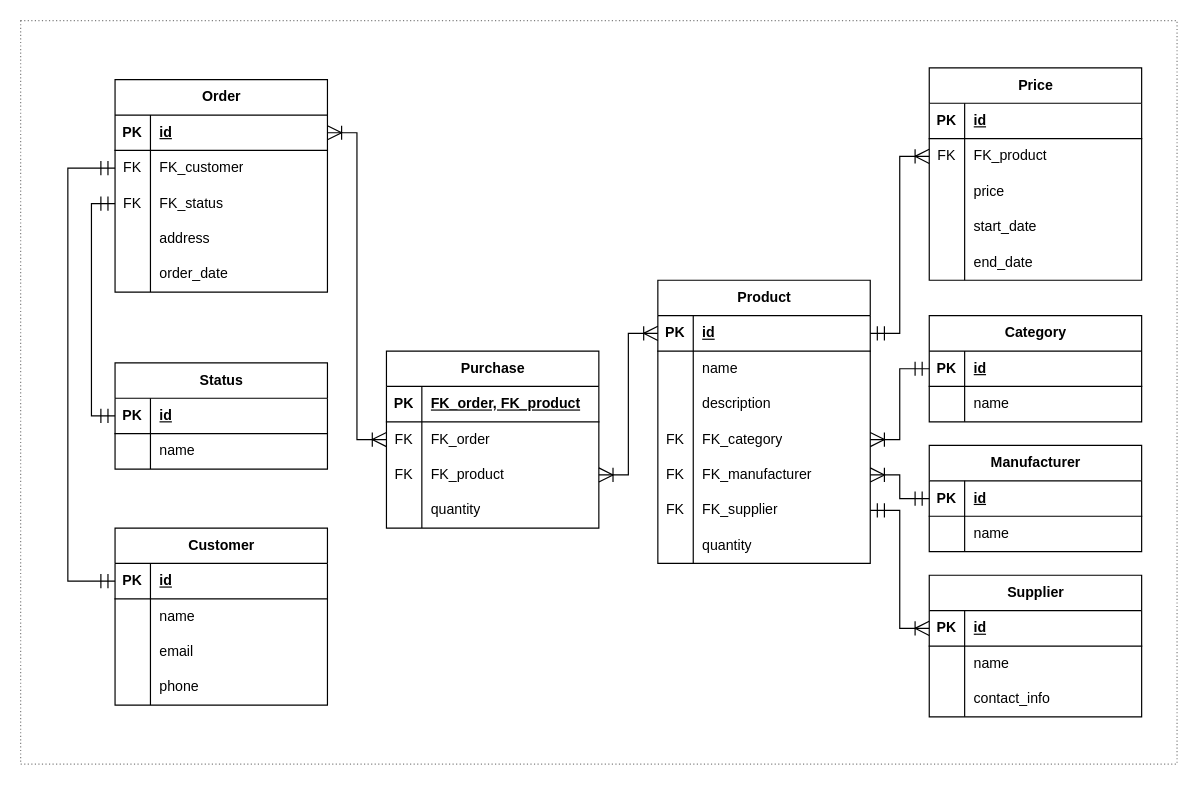
The draw.io diagram erd.drawio in Schukinsky/1st-project, before the edit. Source tidied: cells renumbered, new cells numbered last; positions are measured from the earlier drawing's top-left corner, leaving out a move shared by most shapes. Both pictures are drawn from the tidied source at 118%, with x=0, y=0 at pixel (20, 20).
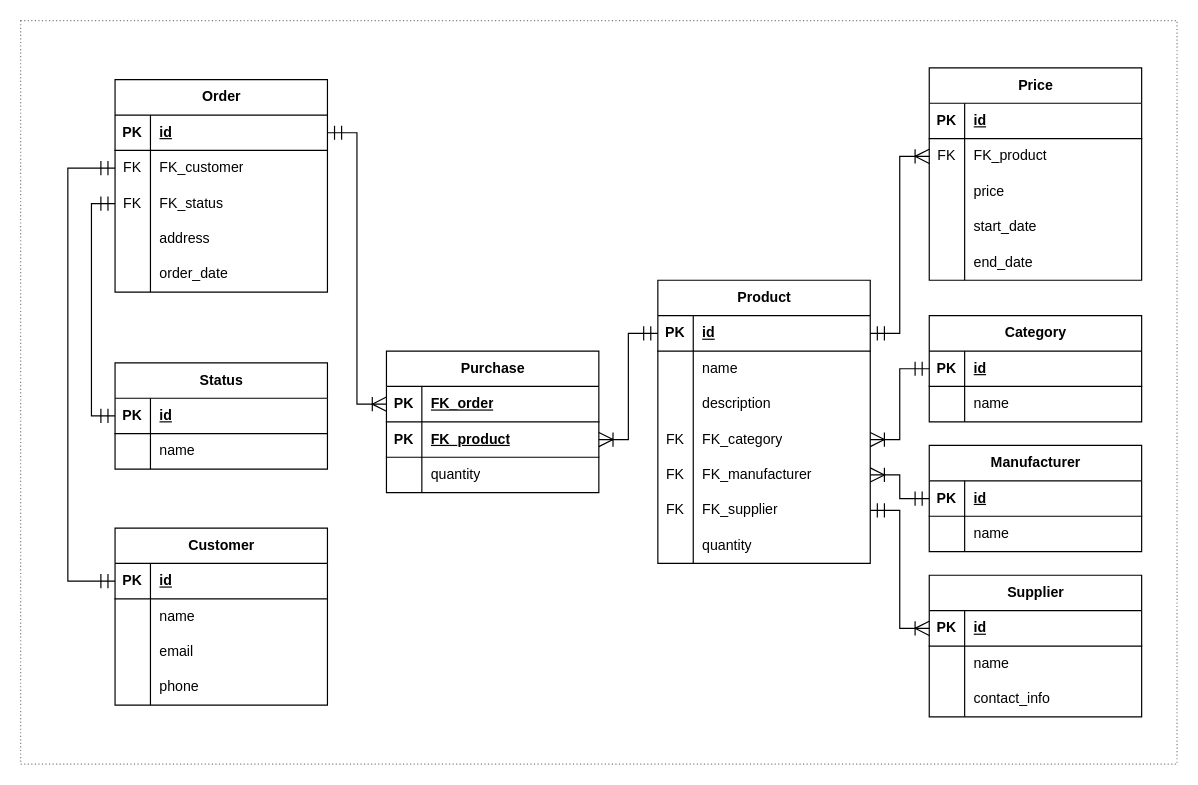
The same page after the edit.

The change refers to these unchanged cells:
```xml
<mxCell id="4" style="shape=tableRow;horizontal=0;startSize=0;swimlaneHead=0;swimlaneBody=0;fillColor=none;points=[[0,0.5],[1,0.5]];portConstraint=eastwest;top=0;left=0;right=0;bottom=1;" parent="3" vertex="1">
  <mxGeometry y="30" width="180" height="30" as="geometry" />
</mxCell>
<mxCell id="79" style="shape=tableRow;horizontal=0;startSize=0;swimlaneHead=0;swimlaneBody=0;fillColor=none;points=[[0,0.5],[1,0.5]];portConstraint=eastwest;top=0;left=0;right=0;bottom=1;" parent="78" vertex="1">
  <mxGeometry y="30" width="180" height="30" as="geometry" />
</mxCell>
<mxCell id="101" style="shape=tableRow;horizontal=0;startSize=0;swimlaneHead=0;swimlaneBody=0;fillColor=none;points=[[0,0.5],[1,0.5]];portConstraint=eastwest;top=0;left=0;right=0;bottom=1;" parent="100" vertex="1">
  <mxGeometry y="30" width="180" height="30" as="geometry" />
</mxCell>
```

The edit, as a diff of the source:
```diff
@@
-    <mxCell id="97" style="edgeStyle=orthogonalEdgeStyle;rounded=0;jettySize=auto;html=1;entryX=0;entryY=0.5;entryDx=0;entryDy=0;endSize=10;startSize=10;startArrow=ERoneToMany;startFill=0;endArrow=ERoneToMany;endFill=0;exitX=1;exitY=0.5;exitDx=0;exitDy=0;" parent="1" edge="1" source="107" target="4">
+    <mxCell id="97" style="edgeStyle=orthogonalEdgeStyle;rounded=0;jettySize=auto;html=1;entryX=0;entryY=0.5;entryDx=0;entryDy=0;endSize=10;startSize=10;startArrow=ERoneToMany;startFill=0;endArrow=ERmandOne;endFill=0;exitX=1;exitY=0.5;exitDx=0;exitDy=0;" parent="1" edge="1" source="122" target="4">
       <mxGeometry relative="1" as="geometry" />
     </mxCell>
@@
     <mxCell id="100" value="Purchase" style="shape=table;startSize=30;childLayout=tableLayout;rowLines=0;fontStyle=1;align=center;html=1;" parent="1" vertex="1">
-      <mxGeometry x="310" y="280" width="180" height="150" as="geometry" />
+      <mxGeometry x="310" y="280" width="180" height="120" as="geometry" />
     </mxCell>
@@
-    <mxCell id="103" value="FK_order, FK_product" style="shape=partialRectangle;fillColor=none;top=0;left=0;bottom=0;right=0;align=left;spacingLeft=6;fontStyle=5;overflow=hidden;whiteSpace=wrap;html=1;" parent="101" vertex="1">
+    <mxCell id="103" value="FK_order" style="shape=partialRectangle;fillColor=none;top=0;left=0;bottom=0;right=0;align=left;spacingLeft=6;fontStyle=5;overflow=hidden;whiteSpace=wrap;html=1;" parent="101" vertex="1">
       <mxGeometry x="30" width="150" height="30" as="geometry" />
     </mxCell>
-    <mxCell id="104" style="shape=tableRow;horizontal=0;startSize=0;swimlaneHead=0;swimlaneBody=0;fillColor=none;points=[[0,0.5],[1,0.5]];portConstraint=eastwest;top=0;left=0;right=0;bottom=0;" parent="100" vertex="1">
-      <mxGeometry y="60" width="180" height="30" as="geometry" />
-    </mxCell>
-    <mxCell id="105" value="FK" style="shape=partialRectangle;fillColor=none;top=0;left=0;bottom=0;right=0;overflow=hidden;whiteSpace=wrap;html=1;" parent="104" vertex="1">
-      <mxGeometry width="30" height="30" as="geometry" />
-    </mxCell>
-    <mxCell id="106" value="FK_order" style="shape=partialRectangle;fillColor=none;top=0;left=0;bottom=0;right=0;align=left;spacingLeft=6;overflow=hidden;whiteSpace=wrap;html=1;" parent="104" vertex="1">
-      <mxGeometry x="30" width="150" height="30" as="geometry" />
-    </mxCell>
-    <mxCell id="107" style="shape=tableRow;horizontal=0;startSize=0;swimlaneHead=0;swimlaneBody=0;fillColor=none;points=[[0,0.5],[1,0.5]];portConstraint=eastwest;top=0;left=0;right=0;bottom=0;" parent="100" vertex="1">
-      <mxGeometry y="90" width="180" height="30" as="geometry" />
-    </mxCell>
-    <mxCell id="108" value="FK" style="shape=partialRectangle;fillColor=none;top=0;left=0;bottom=0;right=0;overflow=hidden;whiteSpace=wrap;html=1;" parent="107" vertex="1">
-      <mxGeometry width="30" height="30" as="geometry" />
-    </mxCell>
+    <mxCell id="122" style="shape=tableRow;horizontal=0;startSize=0;swimlaneHead=0;swimlaneBody=0;fillColor=none;points=[[0,0.5],[1,0.5]];portConstraint=eastwest;top=0;left=0;right=0;bottom=1;" parent="100" vertex="1">
+      <mxGeometry y="60" width="180" height="30" as="geometry" />
+    </mxCell>
+    <mxCell id="123" value="PK" style="shape=partialRectangle;fillColor=none;top=0;left=0;bottom=0;right=0;fontStyle=1;overflow=hidden;whiteSpace=wrap;html=1;" parent="122" vertex="1">
+      <mxGeometry width="30" height="30" as="geometry" />
+    </mxCell>
-    <mxCell id="109" value="FK_product" style="shape=partialRectangle;fillColor=none;top=0;left=0;bottom=0;right=0;align=left;spacingLeft=6;overflow=hidden;whiteSpace=wrap;html=1;" parent="107" vertex="1">
+    <mxCell id="109" value="FK_product" style="shape=partialRectangle;fillColor=none;top=0;left=0;bottom=0;right=0;align=left;spacingLeft=6;fontStyle=5;overflow=hidden;whiteSpace=wrap;html=1;" parent="122" vertex="1">
       <mxGeometry x="30" width="150" height="30" as="geometry" />
     </mxCell>
     <mxCell id="110" style="shape=tableRow;horizontal=0;startSize=0;swimlaneHead=0;swimlaneBody=0;fillColor=none;top=0;left=0;right=0;bottom=0;" parent="100" vertex="1">
-      <mxGeometry y="120" width="180" height="30" as="geometry" />
+      <mxGeometry y="90" width="180" height="30" as="geometry" />
     </mxCell>
@@
-    <mxCell id="113" style="edgeStyle=orthogonalEdgeStyle;rounded=0;jettySize=auto;html=1;entryX=1;entryY=0.5;entryDx=0;entryDy=0;endSize=10;startSize=10;startArrow=ERoneToMany;startFill=0;endArrow=ERoneToMany;endFill=0;exitX=0;exitY=0.5;exitDx=0;exitDy=0;" parent="1" edge="1" source="104" target="79">
+    <mxCell id="113" style="edgeStyle=orthogonalEdgeStyle;rounded=0;jettySize=auto;html=1;entryX=1;entryY=0.5;entryDx=0;entryDy=0;endSize=10;startSize=10;startArrow=ERoneToMany;startFill=0;endArrow=ERmandOne;endFill=0;exitX=0;exitY=0.5;exitDx=0;exitDy=0;" parent="1" edge="1" source="101" target="79">
       <mxGeometry relative="1" as="geometry" />
     </mxCell>
```
